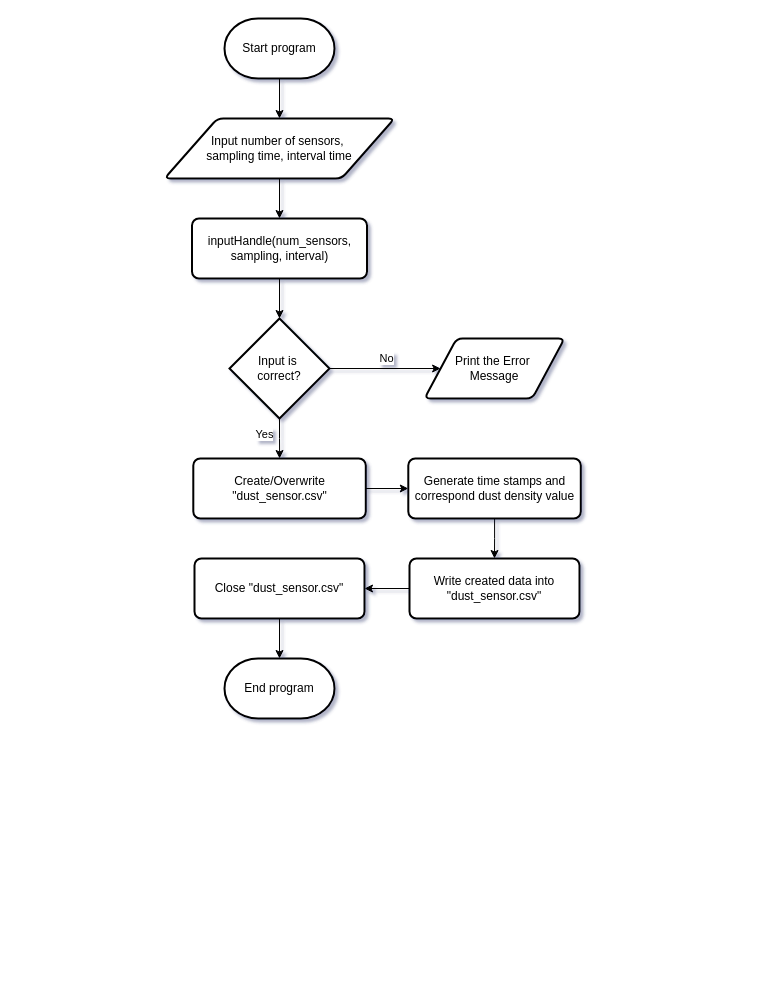
DweHoang04/EE3491_20241_Coding keeps this draw.io diagram as Mini_Project_Info/task_1.drawio. Above is the earlier version. Source tidied: cells renumbered, new cells numbered last; positions are measured from the earlier drawing's top-left corner, leaving out a move shared by most shapes. Both pictures are drawn from the tidied source at 100%, with x=0, y=0 at pixel (164, 18).
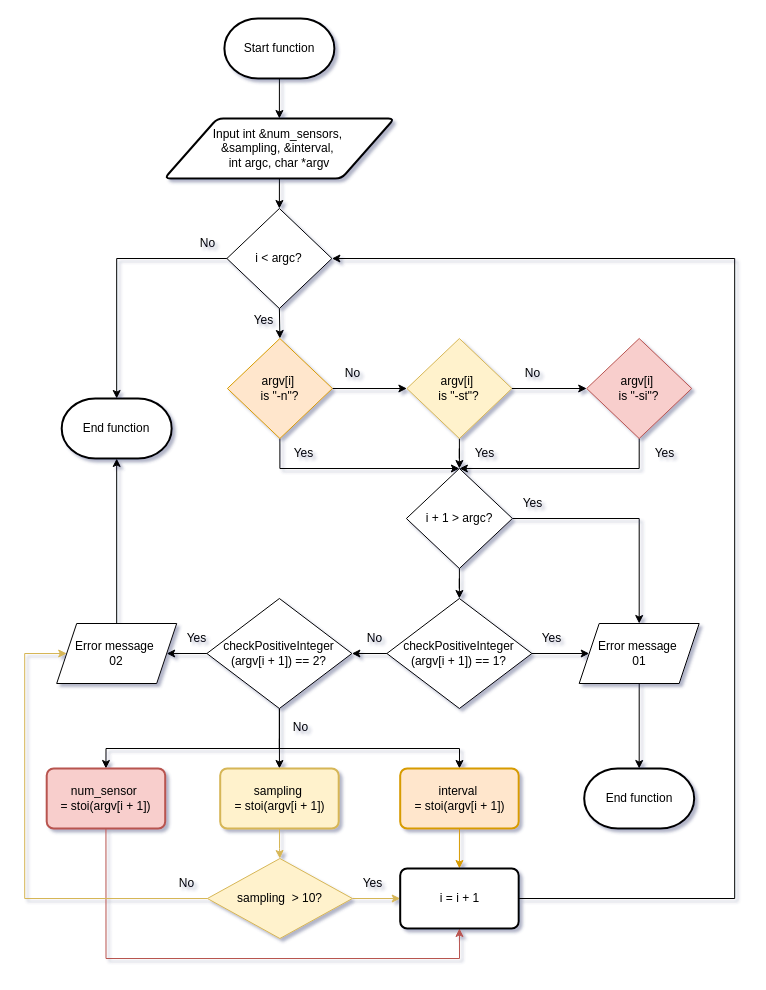
The same diagram, later.

Diff of the diagram source:
```diff
@@
-    <mxCell id="3" value="Start program" style="strokeWidth=2;html=1;shape=mxgraph.flowchart.terminator;whiteSpace=wrap;" parent="1" vertex="1">
-      <mxGeometry x="60" width="110" height="60" as="geometry" />
+    <mxCell id="3" value="Start function" style="strokeWidth=2;html=1;shape=mxgraph.flowchart.terminator;whiteSpace=wrap;" parent="1" vertex="1">
+      <mxGeometry x="59.9" width="110" height="60" as="geometry" />
     </mxCell>
-    <mxCell id="4" style="edgeStyle=orthogonalEdgeStyle;rounded=0;jettySize=auto;html=1;" parent="1" edge="1" source="5" target="7">
-      <mxGeometry relative="1" as="geometry" />
-    </mxCell>
+    <mxCell id="23" style="edgeStyle=orthogonalEdgeStyle;rounded=0;jettySize=auto;html=1;exitX=0.5;exitY=1;exitDx=0;exitDy=0;entryX=0.5;entryY=0;entryDx=0;entryDy=0;" parent="1" edge="1" source="5" target="42">
+      <mxGeometry relative="1" as="geometry" />
+    </mxCell>
-    <mxCell id="5" value="Input number of sensors,&amp;nbsp;&lt;div&gt;sampling time, interval time&lt;/div&gt;" style="shape=parallelogram;html=1;strokeWidth=2;perimeter=parallelogramPerimeter;whiteSpace=wrap;rounded=1;arcSize=12;size=0.23;" parent="1" vertex="1">
-      <mxGeometry y="100" width="230" height="60" as="geometry" />
+    <mxCell id="5" value="Input int &amp;amp;num_sensors,&amp;nbsp;&lt;div&gt;&amp;amp;sampling, &amp;amp;&lt;span style=&quot;background-color: initial;&quot;&gt;interval,&amp;nbsp;&lt;/span&gt;&lt;/div&gt;&lt;div&gt;&lt;span style=&quot;background-color: initial;&quot;&gt;int argc, char *argv&lt;/span&gt;&lt;/div&gt;" style="shape=parallelogram;html=1;strokeWidth=2;perimeter=parallelogramPerimeter;whiteSpace=wrap;rounded=1;arcSize=12;size=0.23;" parent="1" vertex="1">
+      <mxGeometry x="-0.1" y="100" width="230" height="60" as="geometry" />
     </mxCell>
-    <mxCell id="6" style="edgeStyle=orthogonalEdgeStyle;rounded=0;jettySize=auto;html=1;" parent="1" edge="1" source="7" target="12">
-      <mxGeometry relative="1" as="geometry" />
-    </mxCell>
-    <mxCell id="7" value="inputHandle(num_sensors, sampling, interval)" style="rounded=1;whiteSpace=wrap;html=1;absoluteArcSize=1;arcSize=14;strokeWidth=2;" parent="1" vertex="1">
-      <mxGeometry x="27.5" y="200" width="175" height="60" as="geometry" />
-    </mxCell>
-    <mxCell id="8" style="edgeStyle=orthogonalEdgeStyle;rounded=0;jettySize=auto;html=1;" parent="1" edge="1" source="12" target="13">
-      <mxGeometry relative="1" as="geometry" />
-    </mxCell>
-    <mxCell id="9" value="No" style="edgeLabel;html=1;align=center;verticalAlign=middle;" parent="8" vertex="1">
-      <mxGeometry relative="1" as="geometry">
-        <mxPoint y="-11" as="offset" />
-      </mxGeometry>
-    </mxCell>
-    <mxCell id="10" value="Yes" style="edgeLabel;html=1;align=center;verticalAlign=middle;" parent="8" vertex="1">
-      <mxGeometry relative="1" as="geometry">
-        <mxPoint x="-122" y="65" as="offset" />
-      </mxGeometry>
-    </mxCell>
-    <mxCell id="11" style="edgeStyle=orthogonalEdgeStyle;rounded=0;jettySize=auto;html=1;" parent="1" edge="1" source="12" target="19">
-      <mxGeometry relative="1" as="geometry" />
-    </mxCell>
-    <mxCell id="12" value="Input is&amp;nbsp;&lt;div&gt;correct?&lt;/div&gt;" style="strokeWidth=2;html=1;shape=mxgraph.flowchart.decision;whiteSpace=wrap;" parent="1" vertex="1">
-      <mxGeometry x="65" y="300" width="100" height="100" as="geometry" />
-    </mxCell>
-    <mxCell id="13" value="Print the Error&amp;nbsp;&lt;div&gt;Message&lt;/div&gt;" style="shape=parallelogram;html=1;strokeWidth=2;perimeter=parallelogramPerimeter;whiteSpace=wrap;rounded=1;arcSize=12;size=0.23;" parent="1" vertex="1">
-      <mxGeometry x="260" y="320" width="140" height="60" as="geometry" />
-    </mxCell>
-    <mxCell id="14" style="edgeStyle=orthogonalEdgeStyle;rounded=0;jettySize=auto;html=1;" parent="1" edge="1" source="15" target="17">
-      <mxGeometry relative="1" as="geometry" />
-    </mxCell>
-    <mxCell id="15" value="Generate time stamps and correspond dust density value" style="rounded=1;whiteSpace=wrap;html=1;absoluteArcSize=1;arcSize=14;strokeWidth=2;" parent="1" vertex="1">
-      <mxGeometry x="243.8" y="440" width="172.5" height="60" as="geometry" />
-    </mxCell>
-    <mxCell id="16" style="edgeStyle=orthogonalEdgeStyle;rounded=0;jettySize=auto;html=1;" parent="1" edge="1" source="17" target="21">
-      <mxGeometry relative="1" as="geometry" />
-    </mxCell>
-    <mxCell id="17" value="Write created data into &quot;dust_sensor.csv&quot;" style="rounded=1;whiteSpace=wrap;html=1;absoluteArcSize=1;arcSize=14;strokeWidth=2;" parent="1" vertex="1">
-      <mxGeometry x="245" y="540" width="170" height="60" as="geometry" />
-    </mxCell>
-    <mxCell id="18" style="edgeStyle=orthogonalEdgeStyle;rounded=0;jettySize=auto;html=1;" parent="1" edge="1" source="19" target="15">
-      <mxGeometry relative="1" as="geometry" />
-    </mxCell>
-    <mxCell id="19" value="Create/Overwrite &quot;dust_sensor.csv&quot;" style="rounded=1;whiteSpace=wrap;html=1;absoluteArcSize=1;arcSize=14;strokeWidth=2;" parent="1" vertex="1">
-      <mxGeometry x="28.8" y="440" width="172.5" height="60" as="geometry" />
-    </mxCell>
-    <mxCell id="20" style="edgeStyle=orthogonalEdgeStyle;rounded=0;jettySize=auto;html=1;" parent="1" edge="1" source="21" target="22">
-      <mxGeometry relative="1" as="geometry" />
-    </mxCell>
-    <mxCell id="21" value="Close &quot;dust_sensor.csv&quot;" style="rounded=1;whiteSpace=wrap;html=1;absoluteArcSize=1;arcSize=14;strokeWidth=2;" parent="1" vertex="1">
-      <mxGeometry x="30" y="540" width="170" height="60" as="geometry" />
-    </mxCell>
-    <mxCell id="22" value="End program" style="strokeWidth=2;html=1;shape=mxgraph.flowchart.terminator;whiteSpace=wrap;" parent="1" vertex="1">
-      <mxGeometry x="60" y="640" width="110" height="60" as="geometry" />
-    </mxCell>
+    <mxCell id="24" style="edgeStyle=orthogonalEdgeStyle;rounded=0;jettySize=auto;html=1;" parent="1" edge="1" source="26" target="30">
+      <mxGeometry relative="1" as="geometry" />
+    </mxCell>
+    <mxCell id="25" style="edgeStyle=orthogonalEdgeStyle;rounded=0;jettySize=auto;html=1;exitX=1;exitY=0.5;exitDx=0;exitDy=0;entryX=0.5;entryY=0;entryDx=0;entryDy=0;" parent="1" edge="1" source="26" target="53">
+      <mxGeometry relative="1" as="geometry" />
+    </mxCell>
+    <mxCell id="26" value="i + 1 &amp;gt; argc?" style="rhombus;whiteSpace=wrap;html=1;" parent="1" vertex="1">
+      <mxGeometry x="241.9" y="450" width="106" height="100" as="geometry" />
+    </mxCell>
+    <mxCell id="27" value="End function" style="strokeWidth=2;html=1;shape=mxgraph.flowchart.terminator;whiteSpace=wrap;" parent="1" vertex="1">
+      <mxGeometry x="-102.8" y="380" width="110" height="60" as="geometry" />
+    </mxCell>
+    <mxCell id="28" style="edgeStyle=orthogonalEdgeStyle;rounded=0;jettySize=auto;html=1;exitX=0;exitY=0.5;exitDx=0;exitDy=0;entryX=1;entryY=0.5;entryDx=0;entryDy=0;" parent="1" edge="1" source="30" target="35">
+      <mxGeometry relative="1" as="geometry" />
+    </mxCell>
+    <mxCell id="29" style="edgeStyle=orthogonalEdgeStyle;rounded=0;jettySize=auto;html=1;exitX=1;exitY=0.5;exitDx=0;exitDy=0;entryX=0;entryY=0.5;entryDx=0;entryDy=0;" parent="1" edge="1" source="30" target="53">
+      <mxGeometry relative="1" as="geometry" />
+    </mxCell>
+    <mxCell id="30" value="checkPositiveInteger&lt;div&gt;(argv[i + 1]) == 1?&lt;/div&gt;" style="rhombus;whiteSpace=wrap;html=1;" parent="1" vertex="1">
+      <mxGeometry x="222.4" y="580" width="145" height="110" as="geometry" />
+    </mxCell>
+    <mxCell id="31" style="edgeStyle=orthogonalEdgeStyle;rounded=0;jettySize=auto;html=1;exitX=0.5;exitY=1;exitDx=0;exitDy=0;entryX=0.5;entryY=0;entryDx=0;entryDy=0;" parent="1" edge="1" target="47">
+      <mxGeometry relative="1" as="geometry">
+        <mxPoint x="114.9" y="720" as="sourcePoint" />
+      </mxGeometry>
+    </mxCell>
+    <mxCell id="32" style="edgeStyle=orthogonalEdgeStyle;rounded=0;jettySize=auto;html=1;exitX=0.5;exitY=1;exitDx=0;exitDy=0;entryX=0.5;entryY=0;entryDx=0;entryDy=0;" parent="1" edge="1" source="35" target="37">
+      <mxGeometry relative="1" as="geometry">
+        <Array as="points">
+          <mxPoint x="115.2" y="730" />
+          <mxPoint x="-58.8" y="730" />
+        </Array>
+      </mxGeometry>
+    </mxCell>
+    <mxCell id="33" style="edgeStyle=orthogonalEdgeStyle;rounded=0;jettySize=auto;html=1;entryX=0.5;entryY=0;entryDx=0;entryDy=0;exitX=0.5;exitY=1;exitDx=0;exitDy=0;" parent="1" edge="1" source="35" target="56">
+      <mxGeometry relative="1" as="geometry">
+        <Array as="points">
+          <mxPoint x="115.2" y="730" />
+          <mxPoint x="295.2" y="730" />
+        </Array>
+      </mxGeometry>
+    </mxCell>
+    <mxCell id="34" style="edgeStyle=orthogonalEdgeStyle;rounded=0;jettySize=auto;html=1;exitX=0;exitY=0.5;exitDx=0;exitDy=0;entryX=1;entryY=0.5;entryDx=0;entryDy=0;" parent="1" edge="1" source="35" target="54">
+      <mxGeometry relative="1" as="geometry" />
+    </mxCell>
+    <mxCell id="35" value="checkPositiveInteger&lt;div&gt;(argv[i + 1]) == 2?&lt;/div&gt;" style="rhombus;whiteSpace=wrap;html=1;" parent="1" vertex="1">
+      <mxGeometry x="42.4" y="580" width="145" height="110" as="geometry" />
+    </mxCell>
+    <mxCell id="36" style="edgeStyle=orthogonalEdgeStyle;rounded=0;jettySize=auto;html=1;exitX=0.5;exitY=1;exitDx=0;exitDy=0;entryX=0.5;entryY=1;entryDx=0;entryDy=0;fillColor=#f8cecc;strokeColor=#b85450;" parent="1" edge="1" source="37" target="58">
+      <mxGeometry relative="1" as="geometry">
+        <Array as="points">
+          <mxPoint x="-58.8" y="940" />
+          <mxPoint x="295.2" y="940" />
+        </Array>
+      </mxGeometry>
+    </mxCell>
+    <mxCell id="37" value="num_sensor&amp;nbsp;&lt;div&gt;= stoi(argv[i + 1])&lt;/div&gt;" style="rounded=1;whiteSpace=wrap;html=1;absoluteArcSize=1;arcSize=14;strokeWidth=2;fillColor=#f8cecc;strokeColor=#b85450;" parent="1" vertex="1">
+      <mxGeometry x="-117.8" y="750" width="118.5" height="60" as="geometry" />
+    </mxCell>
+    <mxCell id="38" style="edgeStyle=orthogonalEdgeStyle;rounded=0;jettySize=auto;html=1;exitX=1;exitY=0.5;exitDx=0;exitDy=0;entryX=0;entryY=0.5;entryDx=0;entryDy=0;" parent="1" edge="1" source="40" target="45">
+      <mxGeometry relative="1" as="geometry" />
+    </mxCell>
+    <mxCell id="39" style="edgeStyle=orthogonalEdgeStyle;rounded=0;jettySize=auto;html=1;exitX=0.5;exitY=1;exitDx=0;exitDy=0;entryX=0.5;entryY=0;entryDx=0;entryDy=0;" parent="1" edge="1" source="40" target="26">
+      <mxGeometry relative="1" as="geometry">
+        <Array as="points">
+          <mxPoint x="115.2" y="450" />
+        </Array>
+      </mxGeometry>
+    </mxCell>
+    <mxCell id="40" value="argv[i]&amp;nbsp;&lt;div&gt;is &quot;-n&quot;?&lt;/div&gt;" style="rhombus;whiteSpace=wrap;html=1;fillColor=#ffe6cc;strokeColor=#d79b00;" parent="1" vertex="1">
+      <mxGeometry x="62.9" y="320" width="105" height="100" as="geometry" />
+    </mxCell>
+    <mxCell id="41" style="edgeStyle=orthogonalEdgeStyle;rounded=0;jettySize=auto;html=1;exitX=0.5;exitY=1;exitDx=0;exitDy=0;entryX=0.5;entryY=0;entryDx=0;entryDy=0;" parent="1" edge="1" source="42" target="40">
+      <mxGeometry relative="1" as="geometry" />
+    </mxCell>
+    <mxCell id="42" value="i &amp;lt; argc?" style="rhombus;whiteSpace=wrap;html=1;" parent="1" vertex="1">
+      <mxGeometry x="62.4" y="190" width="105" height="100" as="geometry" />
+    </mxCell>
+    <mxCell id="43" style="edgeStyle=orthogonalEdgeStyle;rounded=0;jettySize=auto;html=1;" parent="1" edge="1" source="45" target="26">
+      <mxGeometry relative="1" as="geometry" />
+    </mxCell>
+    <mxCell id="44" style="edgeStyle=orthogonalEdgeStyle;rounded=0;jettySize=auto;html=1;exitX=1;exitY=0.5;exitDx=0;exitDy=0;entryX=0;entryY=0.5;entryDx=0;entryDy=0;" parent="1" edge="1" source="45" target="52">
+      <mxGeometry relative="1" as="geometry" />
+    </mxCell>
+    <mxCell id="45" value="argv[i]&amp;nbsp;&lt;div&gt;is &quot;-st&quot;?&lt;/div&gt;" style="rhombus;whiteSpace=wrap;html=1;fillColor=#fff2cc;strokeColor=#d6b656;" parent="1" vertex="1">
+      <mxGeometry x="242.4" y="320" width="105" height="100" as="geometry" />
+    </mxCell>
+    <mxCell id="46" style="edgeStyle=orthogonalEdgeStyle;rounded=0;jettySize=auto;html=1;exitX=0.5;exitY=1;exitDx=0;exitDy=0;fillColor=#fff2cc;strokeColor=#d6b656;" parent="1" edge="1" source="47" target="50">
+      <mxGeometry relative="1" as="geometry" />
+    </mxCell>
+    <mxCell id="47" value="sampling&amp;nbsp;&lt;div&gt;= stoi(argv[i + 1])&lt;/div&gt;" style="rounded=1;whiteSpace=wrap;html=1;absoluteArcSize=1;arcSize=14;strokeWidth=2;fillColor=#fff2cc;strokeColor=#d6b656;" parent="1" vertex="1">
+      <mxGeometry x="55.7" y="750" width="118.5" height="60" as="geometry" />
+    </mxCell>
+    <mxCell id="48" style="edgeStyle=orthogonalEdgeStyle;rounded=0;jettySize=auto;html=1;exitX=1;exitY=0.5;exitDx=0;exitDy=0;entryX=0;entryY=0.5;entryDx=0;entryDy=0;fillColor=#fff2cc;strokeColor=#d6b656;" parent="1" edge="1" source="50" target="58">
+      <mxGeometry relative="1" as="geometry" />
+    </mxCell>
+    <mxCell id="49" style="edgeStyle=orthogonalEdgeStyle;rounded=0;jettySize=auto;html=1;exitX=0;exitY=0.5;exitDx=0;exitDy=0;entryX=0;entryY=0.5;entryDx=0;entryDy=0;fillColor=#fff2cc;strokeColor=#d6b656;" parent="1" edge="1" source="50" target="54">
+      <mxGeometry relative="1" as="geometry">
+        <Array as="points">
+          <mxPoint x="-139.8" y="880" />
+          <mxPoint x="-139.8" y="635" />
+        </Array>
+      </mxGeometry>
+    </mxCell>
+    <mxCell id="50" value="sampling&amp;nbsp; &amp;gt; 10?" style="rhombus;whiteSpace=wrap;html=1;fillColor=#fff2cc;strokeColor=#d6b656;" parent="1" vertex="1">
+      <mxGeometry x="42.9" y="840" width="145" height="80" as="geometry" />
+    </mxCell>
+    <mxCell id="51" style="edgeStyle=orthogonalEdgeStyle;rounded=0;jettySize=auto;html=1;exitX=0.5;exitY=1;exitDx=0;exitDy=0;entryX=0.5;entryY=0;entryDx=0;entryDy=0;" parent="1" edge="1" source="52" target="26">
+      <mxGeometry relative="1" as="geometry">
+        <Array as="points">
+          <mxPoint x="475.2" y="450" />
+        </Array>
+      </mxGeometry>
+    </mxCell>
+    <mxCell id="52" value="argv[i]&amp;nbsp;&lt;div&gt;is &quot;-si&quot;?&lt;/div&gt;" style="rhombus;whiteSpace=wrap;html=1;fillColor=#f8cecc;strokeColor=#b85450;" parent="1" vertex="1">
+      <mxGeometry x="422.2" y="320" width="105" height="100" as="geometry" />
+    </mxCell>
+    <mxCell id="53" value="Error message&amp;nbsp;&lt;div&gt;01&lt;/div&gt;" style="shape=parallelogram;perimeter=parallelogramPerimeter;whiteSpace=wrap;html=1;fixedSize=1;" parent="1" vertex="1">
+      <mxGeometry x="414.7" y="605" width="120" height="60" as="geometry" />
+    </mxCell>
+    <mxCell id="54" value="Error message&amp;nbsp;&lt;div&gt;02&lt;/div&gt;" style="shape=parallelogram;perimeter=parallelogramPerimeter;whiteSpace=wrap;html=1;fixedSize=1;" parent="1" vertex="1">
+      <mxGeometry x="-107.8" y="605" width="120" height="60" as="geometry" />
+    </mxCell>
+    <mxCell id="55" style="edgeStyle=orthogonalEdgeStyle;rounded=0;jettySize=auto;html=1;fillColor=#ffe6cc;strokeColor=#d79b00;" parent="1" edge="1" source="56" target="58">
+      <mxGeometry relative="1" as="geometry" />
+    </mxCell>
+    <mxCell id="56" value="interval&amp;nbsp;&lt;div&gt;= stoi(argv[i + 1])&lt;/div&gt;" style="rounded=1;whiteSpace=wrap;html=1;absoluteArcSize=1;arcSize=14;strokeWidth=2;fillColor=#ffe6cc;strokeColor=#d79b00;" parent="1" vertex="1">
+      <mxGeometry x="235.7" y="750" width="118.5" height="60" as="geometry" />
+    </mxCell>
+    <mxCell id="57" style="edgeStyle=orthogonalEdgeStyle;rounded=0;jettySize=auto;html=1;exitX=1;exitY=0.5;exitDx=0;exitDy=0;entryX=1;entryY=0.5;entryDx=0;entryDy=0;" parent="1" edge="1" source="58" target="42">
+      <mxGeometry relative="1" as="geometry">
+        <Array as="points">
+          <mxPoint x="570.2" y="880" />
+          <mxPoint x="570.2" y="240" />
+        </Array>
+      </mxGeometry>
+    </mxCell>
+    <mxCell id="58" value="i = i + 1" style="rounded=1;whiteSpace=wrap;html=1;absoluteArcSize=1;arcSize=14;strokeWidth=2;" parent="1" vertex="1">
+      <mxGeometry x="235.7" y="850" width="118.5" height="60" as="geometry" />
+    </mxCell>
+    <mxCell id="59" style="edgeStyle=orthogonalEdgeStyle;rounded=0;jettySize=auto;html=1;exitX=0;exitY=0.5;exitDx=0;exitDy=0;entryX=0.5;entryY=0;entryDx=0;entryDy=0;entryPerimeter=0;" parent="1" edge="1" source="42" target="27">
+      <mxGeometry relative="1" as="geometry" />
+    </mxCell>
+    <mxCell id="60" style="edgeStyle=orthogonalEdgeStyle;rounded=0;jettySize=auto;html=1;exitX=0.5;exitY=0;exitDx=0;exitDy=0;entryX=0.5;entryY=1;entryDx=0;entryDy=0;entryPerimeter=0;" parent="1" edge="1" source="54" target="27">
+      <mxGeometry relative="1" as="geometry" />
+    </mxCell>
+    <mxCell id="61" value="End function" style="strokeWidth=2;html=1;shape=mxgraph.flowchart.terminator;whiteSpace=wrap;" parent="1" vertex="1">
+      <mxGeometry x="419.7" y="750" width="110" height="60" as="geometry" />
+    </mxCell>
+    <mxCell id="62" style="edgeStyle=orthogonalEdgeStyle;rounded=0;jettySize=auto;html=1;exitX=0.5;exitY=1;exitDx=0;exitDy=0;entryX=0.5;entryY=0;entryDx=0;entryDy=0;entryPerimeter=0;" parent="1" edge="1" source="53" target="61">
+      <mxGeometry relative="1" as="geometry" />
+    </mxCell>
+    <mxCell id="63" value="Yes" style="text;html=1;align=center;verticalAlign=middle;strokeColor=none;fillColor=none;" parent="1" vertex="1">
+      <mxGeometry x="79.2" y="287" width="40" height="30" as="geometry" />
+    </mxCell>
+    <mxCell id="64" value="Yes" style="text;html=1;align=center;verticalAlign=middle;strokeColor=none;fillColor=none;" parent="1" vertex="1">
+      <mxGeometry x="119.2" y="420" width="40" height="30" as="geometry" />
+    </mxCell>
+    <mxCell id="65" value="Yes" style="text;html=1;align=center;verticalAlign=middle;strokeColor=none;fillColor=none;" parent="1" vertex="1">
+      <mxGeometry x="300.2" y="420" width="40" height="30" as="geometry" />
+    </mxCell>
+    <mxCell id="66" value="Yes" style="text;html=1;align=center;verticalAlign=middle;strokeColor=none;fillColor=none;" parent="1" vertex="1">
+      <mxGeometry x="480.2" y="420" width="40" height="30" as="geometry" />
+    </mxCell>
+    <mxCell id="67" value="Yes" style="text;html=1;align=center;verticalAlign=middle;strokeColor=none;fillColor=none;" parent="1" vertex="1">
+      <mxGeometry x="347.9" y="470" width="40" height="30" as="geometry" />
+    </mxCell>
+    <mxCell id="68" value="Yes" style="text;html=1;align=center;verticalAlign=middle;strokeColor=none;fillColor=none;" parent="1" vertex="1">
+      <mxGeometry x="367.4" y="605" width="40" height="30" as="geometry" />
+    </mxCell>
+    <mxCell id="69" value="Yes" style="text;html=1;align=center;verticalAlign=middle;strokeColor=none;fillColor=none;" parent="1" vertex="1">
+      <mxGeometry x="12.2" y="605" width="40" height="30" as="geometry" />
+    </mxCell>
+    <mxCell id="70" value="No" style="text;html=1;align=center;verticalAlign=middle;strokeColor=none;fillColor=none;" parent="1" vertex="1">
+      <mxGeometry x="2.4" y="850" width="40" height="30" as="geometry" />
+    </mxCell>
+    <mxCell id="71" value="No" style="text;html=1;align=center;verticalAlign=middle;strokeColor=none;fillColor=none;" parent="1" vertex="1">
+      <mxGeometry x="22.9" y="210" width="40" height="30" as="geometry" />
+    </mxCell>
+    <mxCell id="72" value="No" style="text;html=1;align=center;verticalAlign=middle;strokeColor=none;fillColor=none;" parent="1" vertex="1">
+      <mxGeometry x="167.9" y="340" width="40" height="30" as="geometry" />
+    </mxCell>
+    <mxCell id="73" value="No" style="text;html=1;align=center;verticalAlign=middle;strokeColor=none;fillColor=none;" parent="1" vertex="1">
+      <mxGeometry x="347.9" y="340" width="40" height="30" as="geometry" />
+    </mxCell>
+    <mxCell id="74" value="No" style="text;html=1;align=center;verticalAlign=middle;strokeColor=none;fillColor=none;" parent="1" vertex="1">
+      <mxGeometry x="189.9" y="605" width="40" height="30" as="geometry" />
+    </mxCell>
+    <mxCell id="75" value="No" style="text;html=1;align=center;verticalAlign=middle;strokeColor=none;fillColor=none;" parent="1" vertex="1">
+      <mxGeometry x="116.2" y="694" width="40" height="30" as="geometry" />
+    </mxCell>
+    <mxCell id="76" value="Yes" style="text;html=1;align=center;verticalAlign=middle;strokeColor=none;fillColor=none;" parent="1" vertex="1">
+      <mxGeometry x="187.9" y="850" width="40" height="30" as="geometry" />
+    </mxCell>
```
